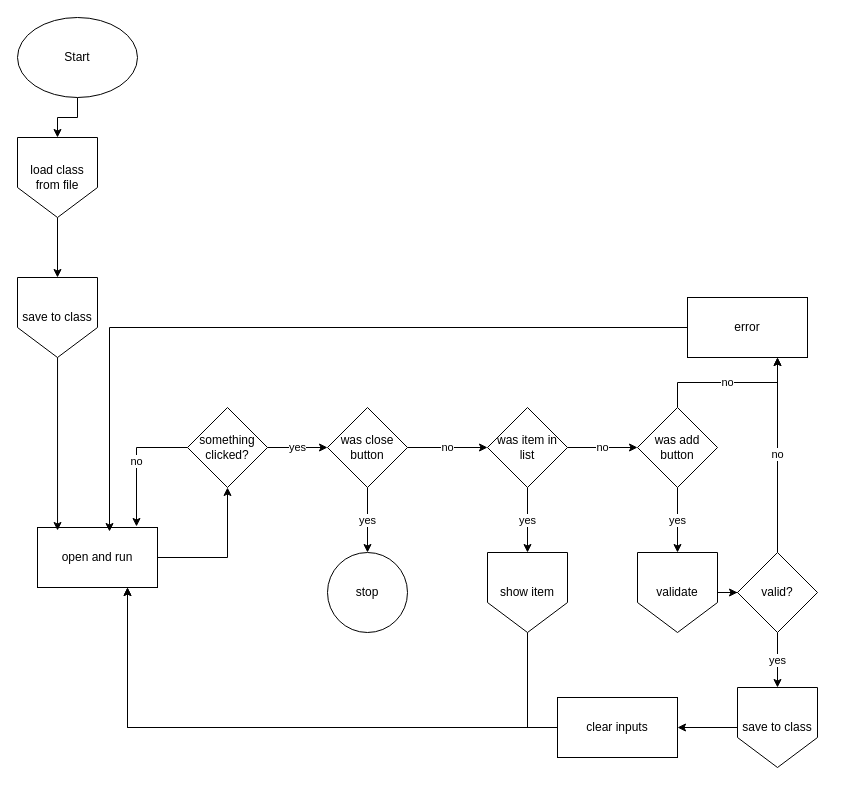
Before: .github/Refferences/flowchart.drawio in NPITX-programs/AdressBook, a draw.io diagram. Source tidied: cells renumbered, new cells numbered last; positions are measured from the earlier drawing's top-left corner, leaving out a move shared by most shapes. Both pictures are drawn from the tidied source at 100%, with x=0, y=0 at pixel (17, 17).
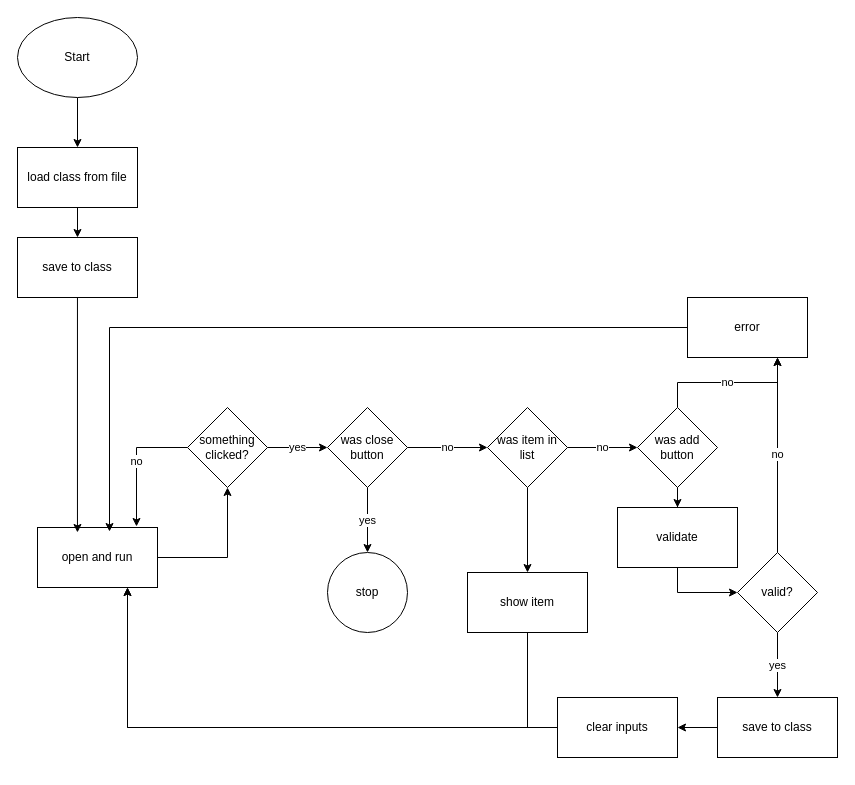
The same diagram, later.

Commit message:
replace offpage

replace offpage connectors

The change refers to these unchanged cells:
```xml
<mxCell id="3" value="Start" style="ellipse;whiteSpace=wrap;html=1;" parent="1" vertex="1">
  <mxGeometry width="120" height="80" as="geometry" />
</mxCell>
<mxCell id="8" value="open and run" style="rounded=0;whiteSpace=wrap;html=1;" parent="1" vertex="1">
  <mxGeometry x="20" y="510" width="120" height="60" as="geometry" />
</mxCell>
<mxCell id="17" value="was item in list" style="rhombus;whiteSpace=wrap;html=1;" parent="1" vertex="1">
  <mxGeometry x="470" y="390" width="80" height="80" as="geometry" />
</mxCell>
<mxCell id="20" value="was add button" style="rhombus;whiteSpace=wrap;html=1;" parent="1" vertex="1">
  <mxGeometry x="620" y="390" width="80" height="80" as="geometry" />
</mxCell>
<mxCell id="25" value="valid?" style="rhombus;whiteSpace=wrap;html=1;" parent="1" vertex="1">
  <mxGeometry x="720" y="535" width="80" height="80" as="geometry" />
</mxCell>
<mxCell id="29" value="clear inputs" style="rounded=0;whiteSpace=wrap;html=1;" parent="1" vertex="1">
  <mxGeometry x="540" y="680" width="120" height="60" as="geometry" />
</mxCell>
<mxCell id="30" value="error" style="rounded=0;whiteSpace=wrap;html=1;" parent="1" vertex="1">
  <mxGeometry x="670" y="280" width="120" height="60" as="geometry" />
</mxCell>
```

Diff of the diagram source:
```diff
@@
-    <mxCell id="2" style="edgeStyle=orthogonalEdgeStyle;rounded=0;jettySize=auto;html=1;entryX=0.5;entryY=0;entryDx=0;entryDy=0;flowAnimation=1;" parent="1" edge="1" source="3" target="5">
+    <mxCell id="2" style="edgeStyle=orthogonalEdgeStyle;rounded=0;jettySize=auto;html=1;flowAnimation=1;" parent="1" edge="1" source="3" target="5">
       <mxGeometry relative="1" as="geometry" />
     </mxCell>
@@
-    <mxCell id="4" style="edgeStyle=orthogonalEdgeStyle;rounded=0;jettySize=auto;html=1;flowAnimation=1;" parent="1" edge="1" source="5" target="6">
-      <mxGeometry relative="1" as="geometry" />
-    </mxCell>
-    <mxCell id="5" value="load class from file" style="shape=offPageConnector;whiteSpace=wrap;html=1;" parent="1" vertex="1">
-      <mxGeometry y="120" width="80" height="80" as="geometry" />
-    </mxCell>
-    <mxCell id="6" value="save to class" style="shape=offPageConnector;whiteSpace=wrap;html=1;" parent="1" vertex="1">
-      <mxGeometry y="260" width="80" height="80" as="geometry" />
-    </mxCell>
@@
-    <mxCell id="16" value="yes" style="edgeStyle=orthogonalEdgeStyle;rounded=0;jettySize=auto;html=1;flowAnimation=1;" parent="1" edge="1" source="17" target="33">
+    <mxCell id="16" style="edgeStyle=orthogonalEdgeStyle;rounded=0;jettySize=auto;html=1;flowAnimation=1;" parent="1" edge="1" source="17" target="33">
       <mxGeometry relative="1" as="geometry" />
     </mxCell>
@@
+    <mxCell id="19" value="no" style="edgeStyle=orthogonalEdgeStyle;rounded=0;jettySize=auto;html=1;entryX=0.75;entryY=1;entryDx=0;entryDy=0;flowAnimation=1;" parent="1" edge="1" source="20" target="30">
+      <mxGeometry relative="1" as="geometry" />
+    </mxCell>
-    <mxCell id="18" value="yes" style="edgeStyle=orthogonalEdgeStyle;rounded=0;jettySize=auto;html=1;flowAnimation=1;" parent="1" edge="1" source="20" target="22">
+    <mxCell id="18" style="edgeStyle=orthogonalEdgeStyle;rounded=0;jettySize=auto;html=1;flowAnimation=1;" parent="1" edge="1" source="20" target="22">
       <mxGeometry relative="1" as="geometry" />
     </mxCell>
-    <mxCell id="19" value="no" style="edgeStyle=orthogonalEdgeStyle;rounded=0;jettySize=auto;html=1;entryX=0.75;entryY=1;entryDx=0;entryDy=0;flowAnimation=1;" parent="1" edge="1" source="20" target="30">
-      <mxGeometry relative="1" as="geometry" />
-    </mxCell>
@@
-    <mxCell id="21" style="edgeStyle=orthogonalEdgeStyle;rounded=0;jettySize=auto;html=1;flowAnimation=1;" parent="1" edge="1" source="22" target="25">
-      <mxGeometry relative="1" as="geometry" />
-    </mxCell>
-    <mxCell id="22" value="validate" style="shape=offPageConnector;whiteSpace=wrap;html=1;" parent="1" vertex="1">
-      <mxGeometry x="620" y="535" width="80" height="80" as="geometry" />
-    </mxCell>
@@
-    <mxCell id="24" value="yes" style="edgeStyle=orthogonalEdgeStyle;rounded=0;jettySize=auto;html=1;flowAnimation=1;" parent="1" edge="1" source="25" target="27">
-      <mxGeometry relative="1" as="geometry" />
-    </mxCell>
+    <mxCell id="36" value="yes" style="edgeStyle=orthogonalEdgeStyle;rounded=0;jettySize=auto;html=1;flowAnimation=1;" parent="1" edge="1" source="25" target="41">
+      <mxGeometry relative="1" as="geometry" />
+    </mxCell>
@@
-    <mxCell id="26" style="edgeStyle=orthogonalEdgeStyle;rounded=0;jettySize=auto;html=1;flowAnimation=1;" parent="1" edge="1" source="27" target="29">
-      <mxGeometry relative="1" as="geometry" />
-    </mxCell>
-    <mxCell id="27" value="save to class" style="shape=offPageConnector;whiteSpace=wrap;html=1;" parent="1" vertex="1">
-      <mxGeometry x="720" y="670" width="80" height="80" as="geometry" />
-    </mxCell>
@@
+    <mxCell id="35" style="edgeStyle=orthogonalEdgeStyle;rounded=0;jettySize=auto;html=1;entryX=0.6;entryY=0.067;entryDx=0;entryDy=0;entryPerimeter=0;flowAnimation=1;" parent="1" edge="1" source="30" target="8">
+      <mxGeometry relative="1" as="geometry">
+        <Array as="points">
+          <mxPoint x="92" y="310" />
+        </Array>
+      </mxGeometry>
+    </mxCell>
+    <mxCell id="37" style="edgeStyle=orthogonalEdgeStyle;rounded=0;jettySize=auto;html=1;flowAnimation=1;" parent="1" edge="1" source="5" target="38">
+      <mxGeometry relative="1" as="geometry" />
+    </mxCell>
+    <mxCell id="5" value="load class from file" style="rounded=0;whiteSpace=wrap;html=1;" parent="1" vertex="1">
+      <mxGeometry y="130" width="120" height="60" as="geometry" />
+    </mxCell>
+    <mxCell id="38" value="save to class" style="rounded=0;whiteSpace=wrap;html=1;" parent="1" vertex="1">
+      <mxGeometry y="220" width="120" height="60" as="geometry" />
+    </mxCell>
+    <mxCell id="39" style="edgeStyle=orthogonalEdgeStyle;rounded=0;jettySize=auto;html=1;entryX=0.333;entryY=0.083;entryDx=0;entryDy=0;entryPerimeter=0;flowAnimation=1;" parent="1" edge="1" source="38" target="8">
+      <mxGeometry relative="1" as="geometry" />
+    </mxCell>
@@
-    <mxCell id="33" value="show item" style="shape=offPageConnector;whiteSpace=wrap;html=1;" parent="1" vertex="1">
-      <mxGeometry x="470" y="535" width="80" height="80" as="geometry" />
+    <mxCell id="33" value="show item" style="rounded=0;whiteSpace=wrap;html=1;" parent="1" vertex="1">
+      <mxGeometry x="450" y="555" width="120" height="60" as="geometry" />
     </mxCell>
-    <mxCell id="34" style="edgeStyle=orthogonalEdgeStyle;rounded=0;jettySize=auto;html=1;entryX=0.167;entryY=0.05;entryDx=0;entryDy=0;entryPerimeter=0;flowAnimation=1;" parent="1" edge="1" source="6" target="8">
-      <mxGeometry relative="1" as="geometry" />
-    </mxCell>
-    <mxCell id="35" style="edgeStyle=orthogonalEdgeStyle;rounded=0;jettySize=auto;html=1;entryX=0.6;entryY=0.067;entryDx=0;entryDy=0;entryPerimeter=0;flowAnimation=1;" parent="1" edge="1" source="30" target="8">
-      <mxGeometry relative="1" as="geometry">
-        <Array as="points">
-          <mxPoint x="92" y="310" />
-        </Array>
-      </mxGeometry>
-    </mxCell>
+    <mxCell id="21" style="edgeStyle=orthogonalEdgeStyle;rounded=0;jettySize=auto;html=1;entryX=0;entryY=0.5;entryDx=0;entryDy=0;flowAnimation=1;" parent="1" edge="1" source="22" target="25">
+      <mxGeometry relative="1" as="geometry" />
+    </mxCell>
+    <mxCell id="22" value="validate" style="rounded=0;whiteSpace=wrap;html=1;" parent="1" vertex="1">
+      <mxGeometry x="600" y="490" width="120" height="60" as="geometry" />
+    </mxCell>
+    <mxCell id="40" style="edgeStyle=orthogonalEdgeStyle;rounded=0;jettySize=auto;html=1;flowAnimation=1;" parent="1" edge="1" source="41" target="29">
+      <mxGeometry relative="1" as="geometry" />
+    </mxCell>
+    <mxCell id="41" value="save to class" style="rounded=0;whiteSpace=wrap;html=1;" parent="1" vertex="1">
+      <mxGeometry x="700" y="680" width="120" height="60" as="geometry" />
+    </mxCell>
```
